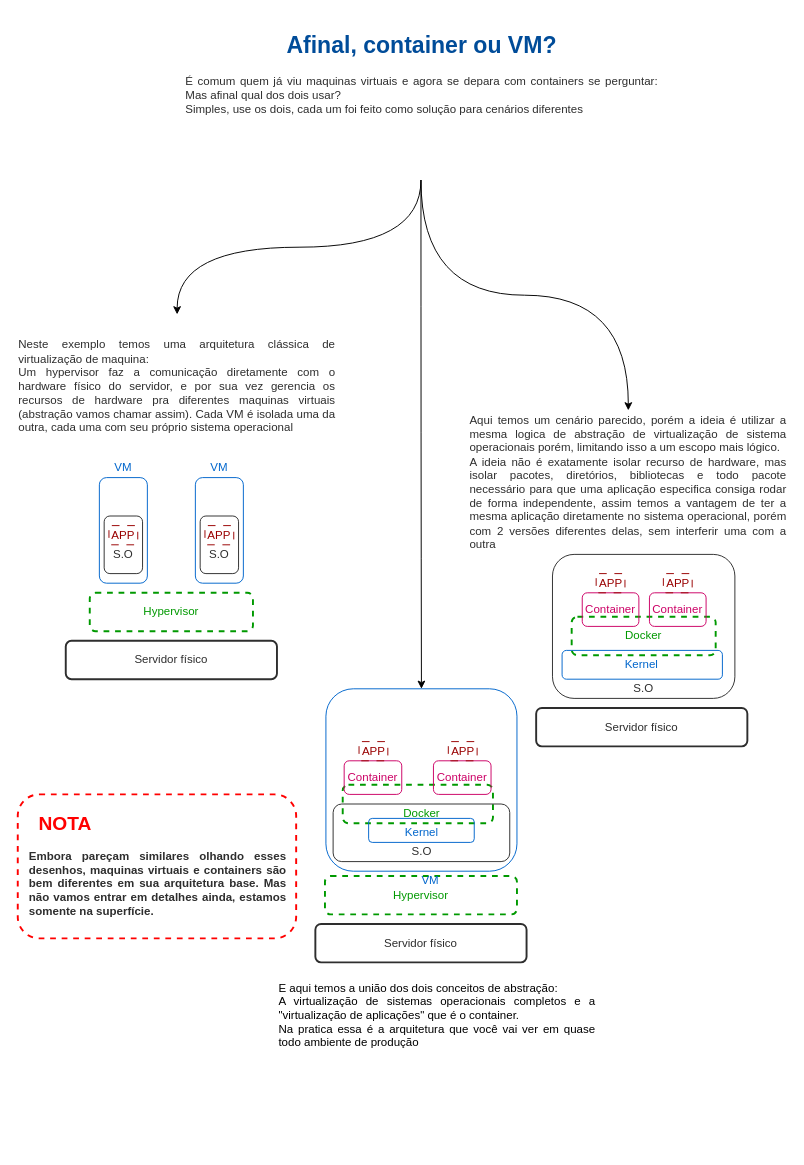
KelitonVougan/diagrams keeps this draw.io diagram as Docker-VM-ou-Container.drawio. Above is the earlier version. Source tidied: cells renumbered, new cells numbered last; positions are measured from the earlier drawing's top-left corner, leaving out a move shared by most shapes. Both pictures are drawn from the tidied source at 96%, with x=0, y=0 at pixel (17, 26).
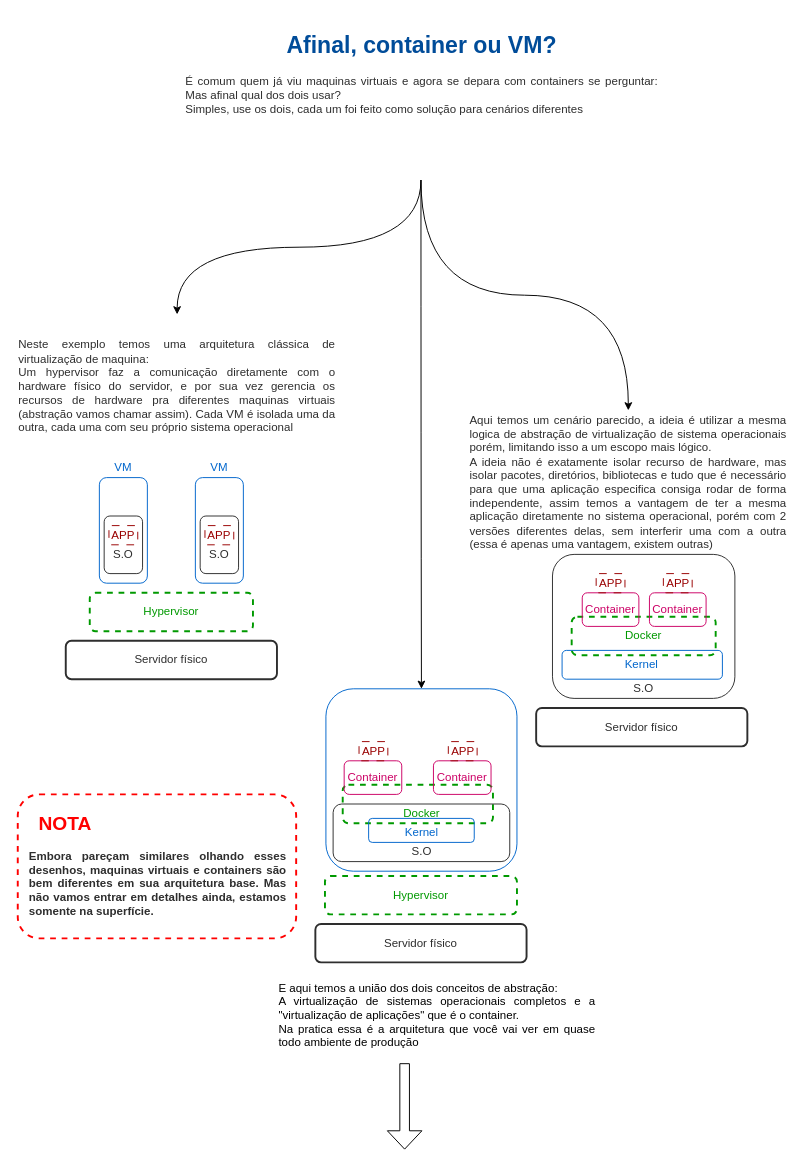
The same page after the edit.

What changed in the source:
```diff
@@
-    <mxCell id="7" value="&lt;div align=&quot;justify&quot;&gt;&lt;font color=&quot;#2e2e2e&quot;&gt;Aqui temos um cenário parecido, porém a ideia é utilizar a mesma logica de abstração de virtualização de sistema operacionais porém, limitando isso a um escopo mais lógico.&lt;/font&gt;&lt;/div&gt;&lt;div align=&quot;justify&quot;&gt;&lt;font color=&quot;#2e2e2e&quot;&gt;A ideia não é exatamente isolar recurso de hardware, mas isolar pacotes, diretórios, bibliotecas e todo pacote necessário para que uma aplicação especifica consiga rodar de forma independente, assim temos a vantagem de ter a mesma aplicação diretamente no sistema operacional, porém com 2 versões diferentes delas, sem interferir uma com a outra&lt;br&gt;&lt;/font&gt;&lt;/div&gt;" style="text;html=1;strokeColor=none;fillColor=none;align=center;verticalAlign=middle;whiteSpace=wrap;rounded=0;" parent="1" vertex="1">
+    <mxCell id="7" value="&lt;div align=&quot;justify&quot;&gt;&lt;font color=&quot;#2e2e2e&quot;&gt;Aqui temos um cenário parecido, a ideia é utilizar a mesma logica de abstração de virtualização de sistema operacionais porém, limitando isso a um escopo mais lógico.&lt;/font&gt;&lt;/div&gt;&lt;div align=&quot;justify&quot;&gt;&lt;font color=&quot;#2e2e2e&quot;&gt;A ideia não é exatamente isolar recurso de hardware, mas isolar pacotes, diretórios, bibliotecas e tudo que é necessário para que uma aplicação especifica consiga rodar de forma independente, assim temos a vantagem de ter a mesma aplicação diretamente no sistema operacional, porém com 2 versões diferentes delas, sem interferir uma com a outra (essa é apenas uma vantagem, existem outras)&lt;br&gt;&lt;/font&gt;&lt;/div&gt;" style="text;html=1;strokeColor=none;fillColor=none;align=center;verticalAlign=middle;whiteSpace=wrap;rounded=0;" parent="1" vertex="1">
       <mxGeometry x="470" y="400" width="332" height="150" as="geometry" />
     </mxCell>
@@
-    <mxCell id="9" style="group;" parent="1" vertex="1">
+    <mxCell id="9" style="group;glass=0;rounded=0;shadow=0;" parent="1" vertex="1">
       <mxGeometry x="540" y="550" width="220" height="200" as="geometry" />
     </mxCell>
@@
-    <mxCell id="37" style="group;" parent="1" vertex="1">
+    <mxCell id="37" style="group;glass=0;" parent="1" vertex="1">
       <mxGeometry x="310" y="690" width="220" height="285" as="geometry" />
     </mxCell>
@@
-    <mxCell id="53" value="&lt;font color=&quot;#0066cc&quot;&gt;VM&lt;/font&gt;" style="text;html=1;strokeColor=none;fillColor=none;align=center;verticalAlign=middle;whiteSpace=wrap;rounded=0;" parent="1" vertex="1">
-      <mxGeometry x="410" y="880" width="40" height="20" as="geometry" />
-    </mxCell>
@@
+    <mxCell id="57" style="shape=flexArrow;endArrow=classic;html=1;rounded=0;endWidth=25;endSize=6.03;" parent="1" edge="1">
+      <mxGeometry relative="1" as="geometry">
+        <mxPoint x="403" y="1080" as="sourcePoint" />
+        <mxPoint x="403" y="1170" as="targetPoint" />
+      </mxGeometry>
+    </mxCell>
```
